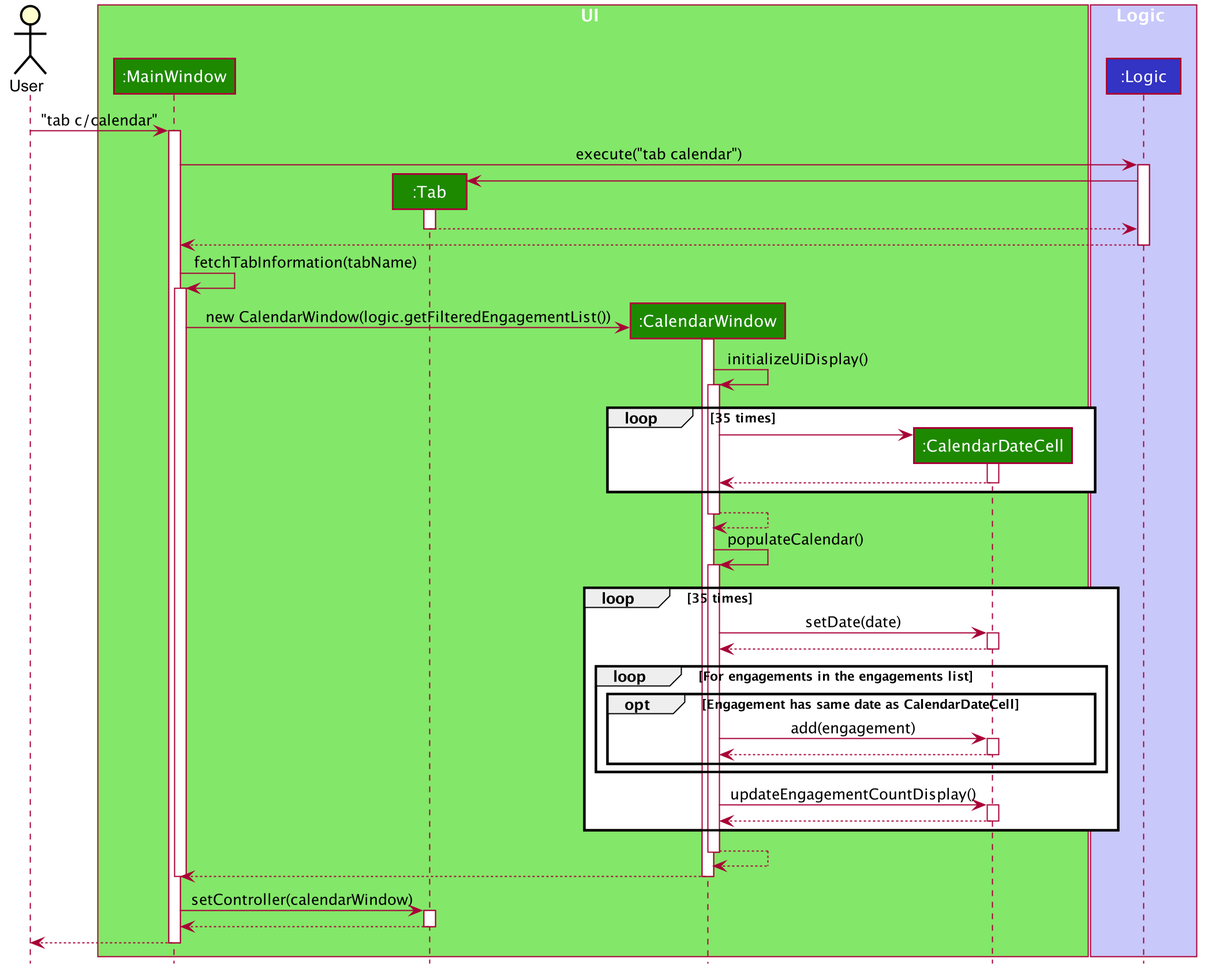
Above: docs/images/CalendarWindowSequenceDiagram.png in nus-cs2103-AY1920S1/addressbook-level3 (PlantUML), before the change.
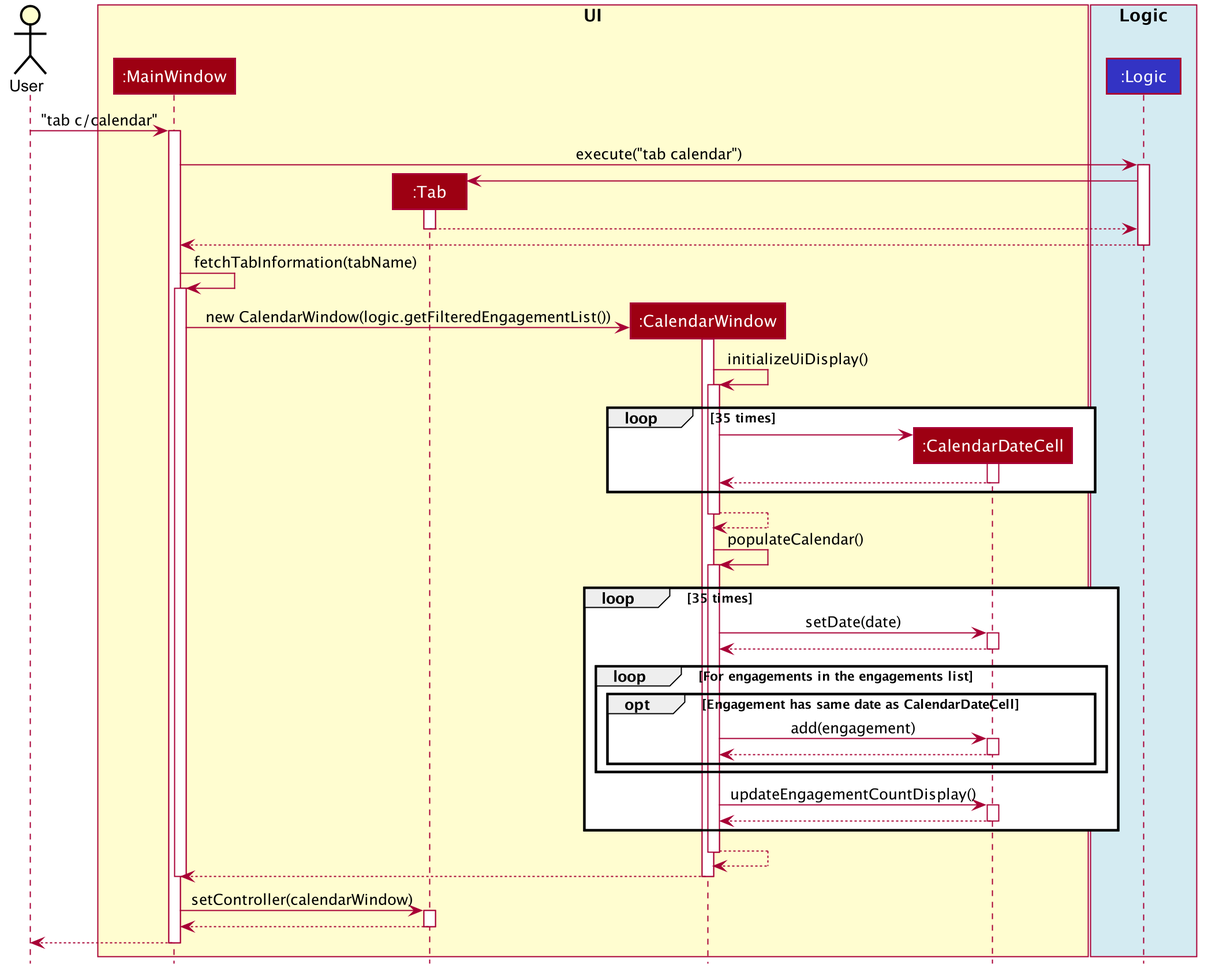
The same file after the commit.

Change to the diagram source:
```diff
@@ -1,4 +1,6 @@
 @startuml
+
+
 
 
 
@@ -50,14 +52,14 @@
 
 actor User
 
-box UI #83E769
-participant ":MainWindow" as MainWindow #1D8900
-participant ":Tab" as Tab #1D8900
-participant ":CalendarWindow" as CalendarWindow #1D8900
-participant ":CalendarDateCell" as CalendarDateCell #1D8900
+box "<color:black>UI</color>" #FFFDD0
+participant ":MainWindow" as MainWindow #9D0012
+participant ":Tab" as Tab #9D0012
+participant ":CalendarWindow" as CalendarWindow #9D0012
+participant ":CalendarDateCell" as CalendarDateCell #9D0012
 end box
 
-box Logic #C8C8FA
+box "<color:black>Logic</color>" #d4ebf2
 participant ":Logic" as Logic #3333C4
 end box
 
```
